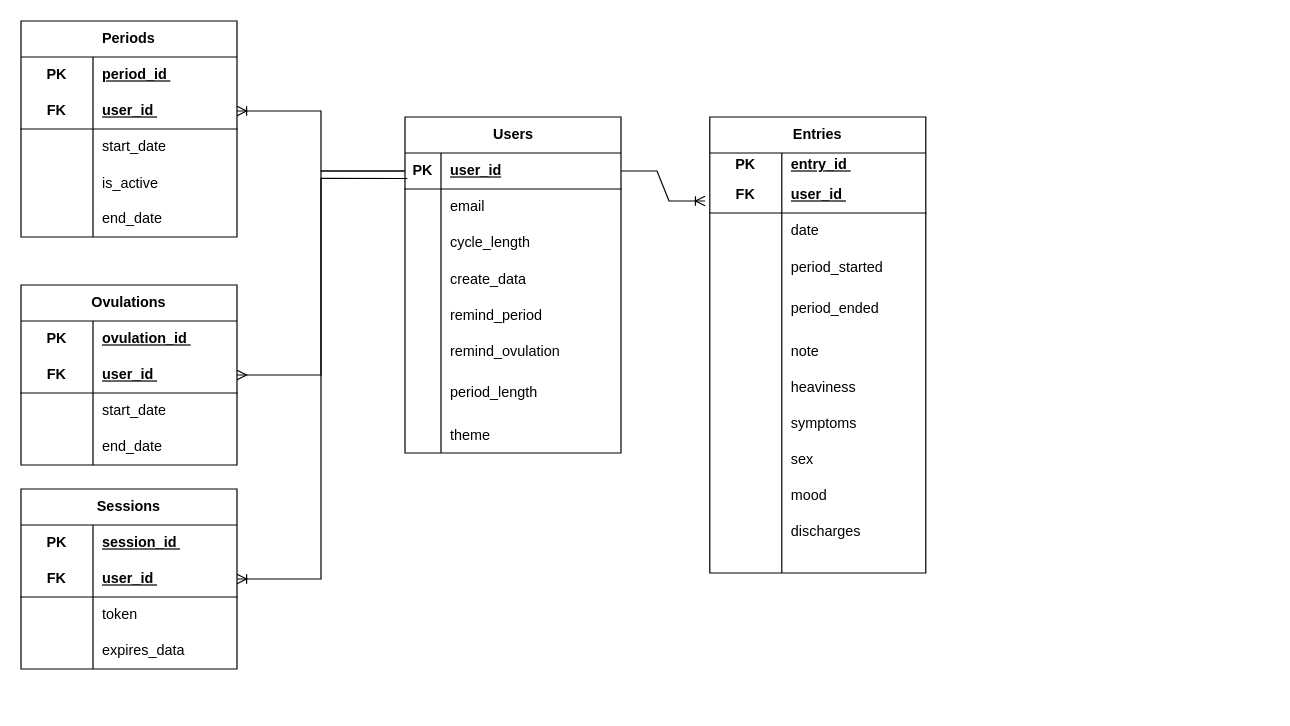
Before: База_данных.drawio in HerzenStudents-ITxD/cycle-app-frontend-2025s, a draw.io diagram. Source tidied: cells renumbered, new cells numbered last; positions are measured from the earlier drawing's top-left corner, leaving out a move shared by most shapes. Both pictures are drawn from the tidied source at 120%, with x=0, y=0 at pixel (20, 20).
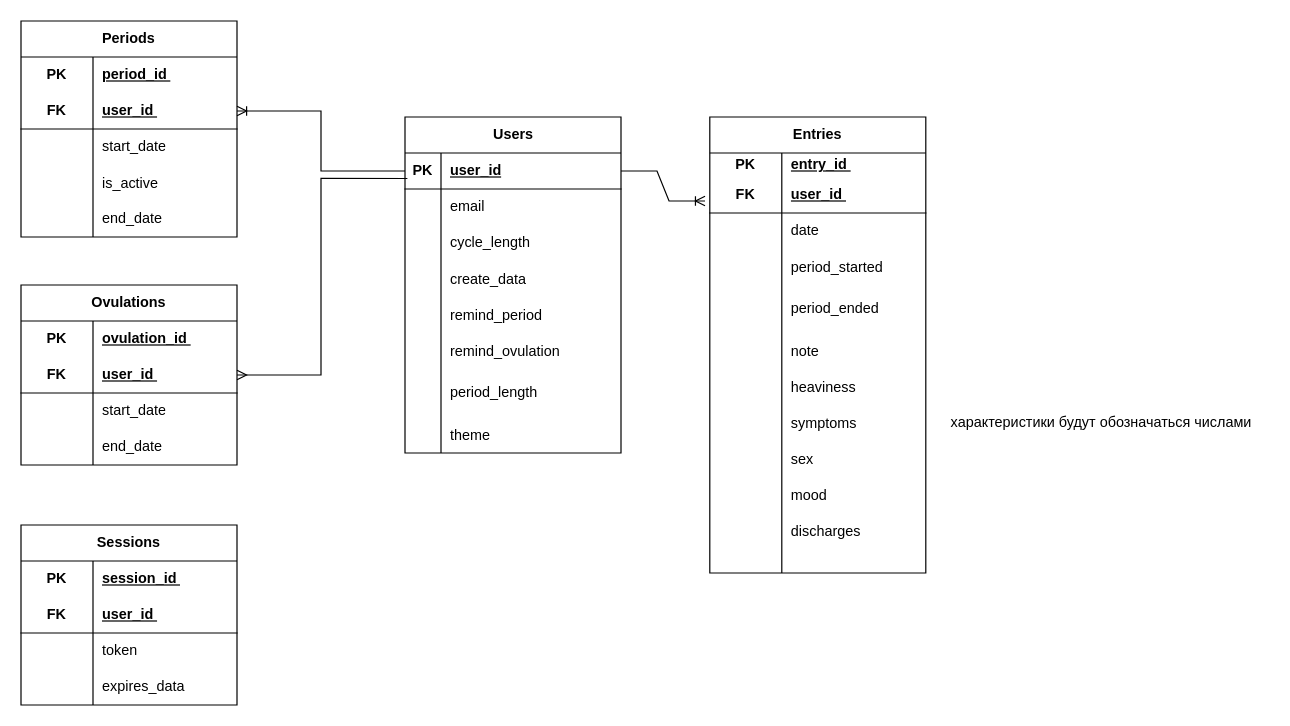
The same diagram, later.

Unchanged cells that the change refers to:
```xml
<mxCell id="3" style="shape=tableRow;horizontal=0;startSize=0;swimlaneHead=0;swimlaneBody=0;fillColor=none;points=[[0,0.5],[1,0.5]];portConstraint=eastwest;top=0;left=0;right=0;bottom=1;" parent="2" vertex="1">
  <mxGeometry y="30" width="180" height="30" as="geometry" />
</mxCell>
<mxCell id="31" style="shape=tableRow;horizontal=0;startSize=0;swimlaneHead=0;swimlaneBody=0;fillColor=none;points=[[0,0.5],[1,0.5]];portConstraint=eastwest;top=0;left=0;right=0;bottom=1;html=1;" parent="27" vertex="1">
  <mxGeometry y="60" width="180" height="30" as="geometry" />
</mxCell>
```

What changed in the source:
```diff
@@
     <mxCell id="27" value="Sessions" style="shape=table;startSize=30;childLayout=tableLayout;rowLines=0;fontStyle=1;align=center;html=1;whiteSpace=wrap;" parent="1" vertex="1">
-      <mxGeometry y="390" width="180" height="150" as="geometry" />
+      <mxGeometry y="420" width="180" height="150" as="geometry" />
     </mxCell>
@@
-    <mxCell id="106" style="fontSize=12;html=1;endArrow=ERoneToMany;rounded=0;edgeStyle=elbowEdgeStyle;" parent="1" edge="1" source="3" target="31">
-      <mxGeometry relative="1" as="geometry" />
-    </mxCell>
@@
+    <mxCell id="110" value="характеристики будут обозначаться числами" style="text;html=1;align=center;verticalAlign=middle;strokeColor=none;fillColor=none;" parent="1" vertex="1">
+      <mxGeometry x="760" y="320" width="280" height="30" as="geometry" />
+    </mxCell>
```
